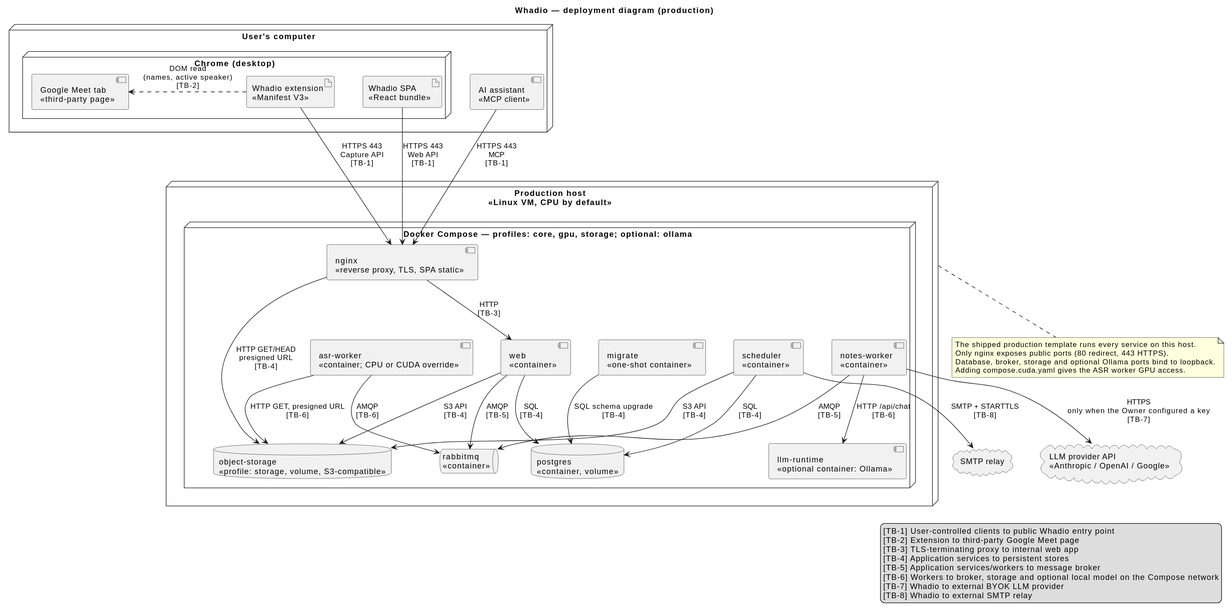
Before: docs/architecture/uml/deployment-diagram.svg, a diagram exported from PlantUML (ukma-fin-ssdm-2026/Whadio).
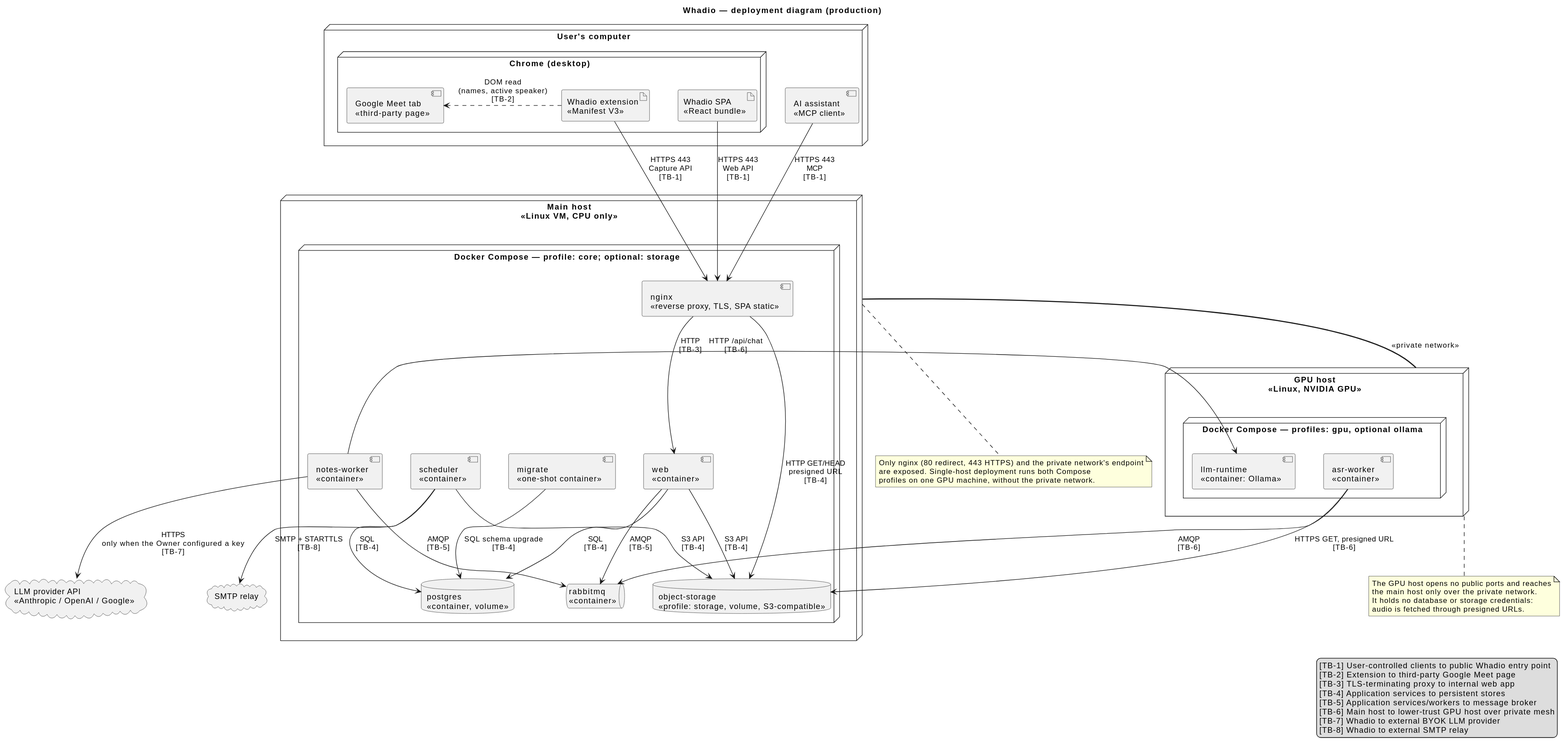
Above is the later version.

Diff of the diagram source:
```diff
@@ -13,18 +13,23 @@
   component "AI assistant\n<<MCP client>>" as mcpClient
 }
 
-node "Production host\n<<Linux VM, CPU by default>>" as main {
-  node "Docker Compose — profiles: core, gpu, storage; optional: ollama" as composeCore {
+node "Main host\n<<Linux VM, CPU only>>" as main {
+  node "Docker Compose — profile: core; optional: storage" as composeCore {
     component "nginx\n<<reverse proxy, TLS, SPA static>>" as nginx
     component "migrate\n<<one-shot container>>" as migrate
     component "web\n<<container>>" as web
     component "scheduler\n<<container>>" as scheduler
     component "notes-worker\n<<container>>" as notesWorker
-    component "asr-worker\n<<container; CPU or CUDA override>>" as asrWorker
-    component "llm-runtime\n<<optional container: Ollama>>" as llm
     queue "rabbitmq\n<<container>>" as mq
     database "postgres\n<<container, volume>>" as db
     database "object-storage\n<<profile: storage, volume, S3-compatible>>" as store
+  }
+}
+
+node "GPU host\n<<Linux, NVIDIA GPU>>" as gpu {
+  node "Docker Compose — profiles: gpu, optional ollama" as composeGpu {
+    component "asr-worker\n<<container>>" as asrWorker
+    component "llm-runtime\n<<container: Ollama>>" as llm
   }
 }
 
@@ -46,18 +51,25 @@
 scheduler --> store : S3 API\n[TB-4]
 notesWorker --> mq : AMQP\n[TB-5]
 
+gpu == main : <<private network>>
 asrWorker --> mq : AMQP\n[TB-6]
-asrWorker --> store : HTTP GET, presigned URL\n[TB-6]
+asrWorker --> store : HTTPS GET, presigned URL\n[TB-6]
 notesWorker --> llm : HTTP /api/chat\n[TB-6]
 
 notesWorker --> provider : HTTPS\nonly when the Owner configured a key\n[TB-7]
 scheduler --> smtp : SMTP + STARTTLS\n[TB-8]
 
+note bottom of gpu
+  The GPU host opens no public ports and reaches
+  the main host only over the private network.
+  It holds no database or storage credentials:
+  audio is fetched through presigned URLs.
+end note
+
 note bottom of main
-  The shipped production template runs every service on this host.
-  Only nginx exposes public ports (80 redirect, 443 HTTPS).
-  Database, broker, storage and optional Ollama ports bind to loopback.
-  Adding compose.cuda.yaml gives the ASR worker GPU access.
+  Only nginx (80 redirect, 443 HTTPS) and the private network's endpoint
+  are exposed. Single-host deployment runs both Compose
+  profiles on one GPU machine, without the private network.
 end note
 
 legend right
@@ -66,7 +78,7 @@
   [TB-3] TLS-terminating proxy to internal web app
   [TB-4] Application services to persistent stores
   [TB-5] Application services/workers to message broker
-  [TB-6] Workers to broker, storage and optional local model on the Compose network
+  [TB-6] Main host to lower-trust GPU host over private mesh
   [TB-7] Whadio to external BYOK LLM provider
   [TB-8] Whadio to external SMTP relay
 endlegend
```
